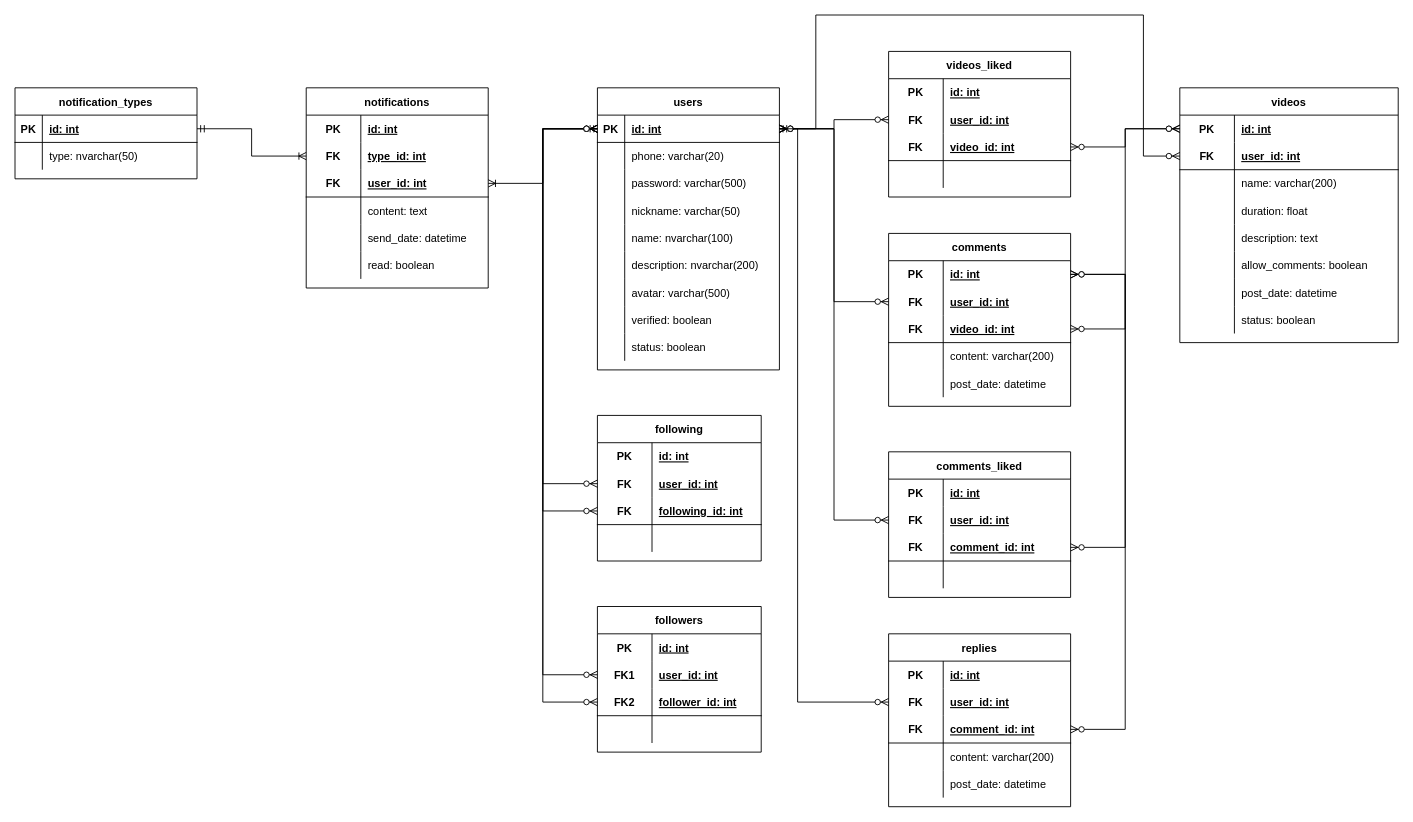
lamvu2000vn/TikTok keeps this draw.io diagram as ERD.drawio. Above is the earlier version. Source tidied: cells renumbered, new cells numbered last; positions are measured from the earlier drawing's top-left corner, leaving out a move shared by most shapes. Both pictures are drawn from the tidied source at 91%, with x=0, y=0 at pixel (15, 15).
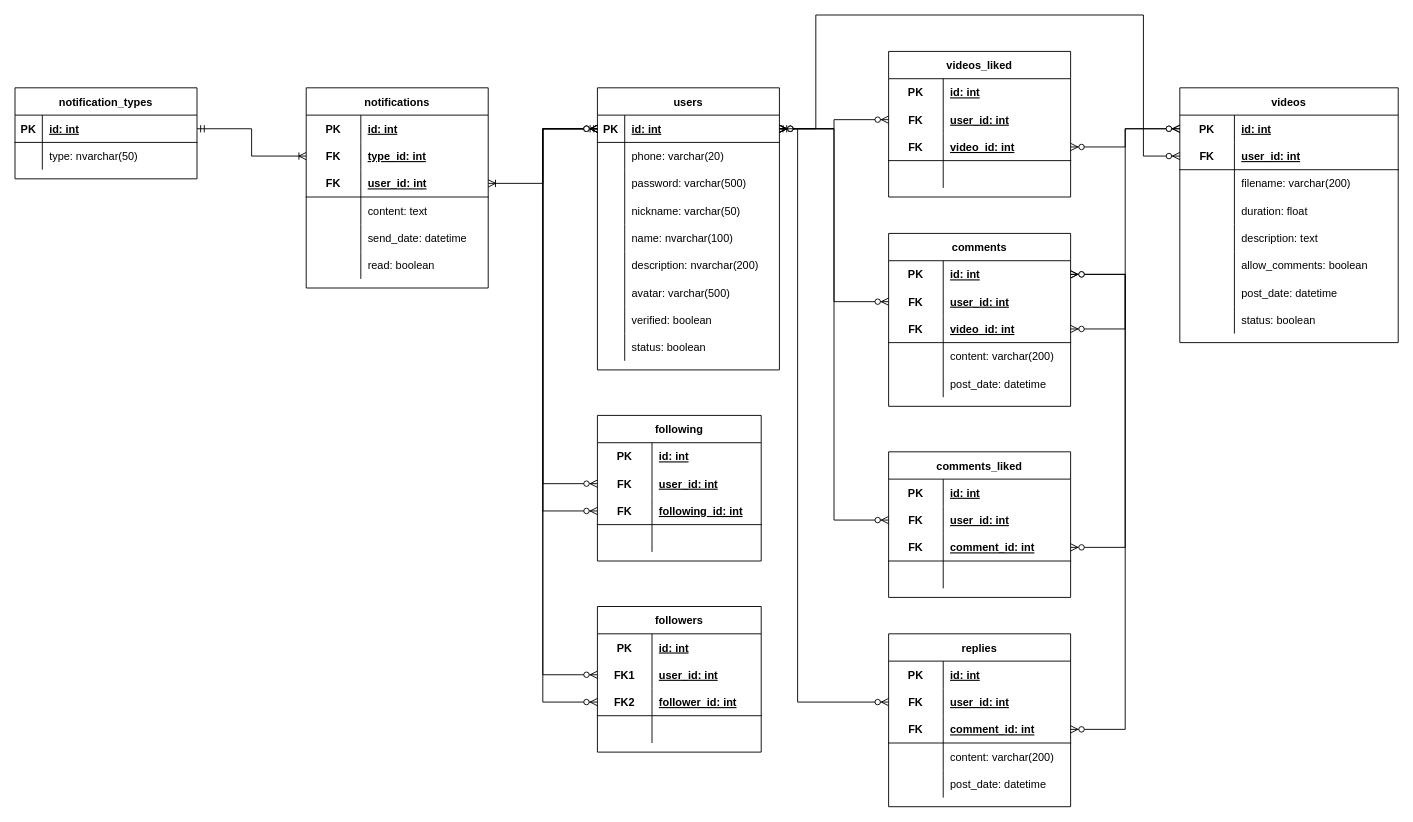
The same diagram, later.

Unchanged cells that the change refers to:
```xml
<mxCell id="63" style="shape=tableRow;horizontal=0;startSize=0;swimlaneHead=0;swimlaneBody=0;fillColor=none;top=0;left=0;right=0;bottom=0;" parent="56" vertex="1">
  <mxGeometry y="90" width="240" height="30" as="geometry" />
</mxCell>
```

The edit, as a diff of the source:
```diff
@@
-    <mxCell id="65" value="name: varchar(200)" style="shape=partialRectangle;fillColor=none;top=0;left=0;bottom=0;right=0;align=left;spacingLeft=6;overflow=hidden;" parent="63" vertex="1">
+    <mxCell id="65" value="filename: varchar(200)" style="shape=partialRectangle;fillColor=none;top=0;left=0;bottom=0;right=0;align=left;spacingLeft=6;overflow=hidden;" parent="63" vertex="1">
       <mxGeometry x="60" width="180" height="30" as="geometry" />
     </mxCell>
```
